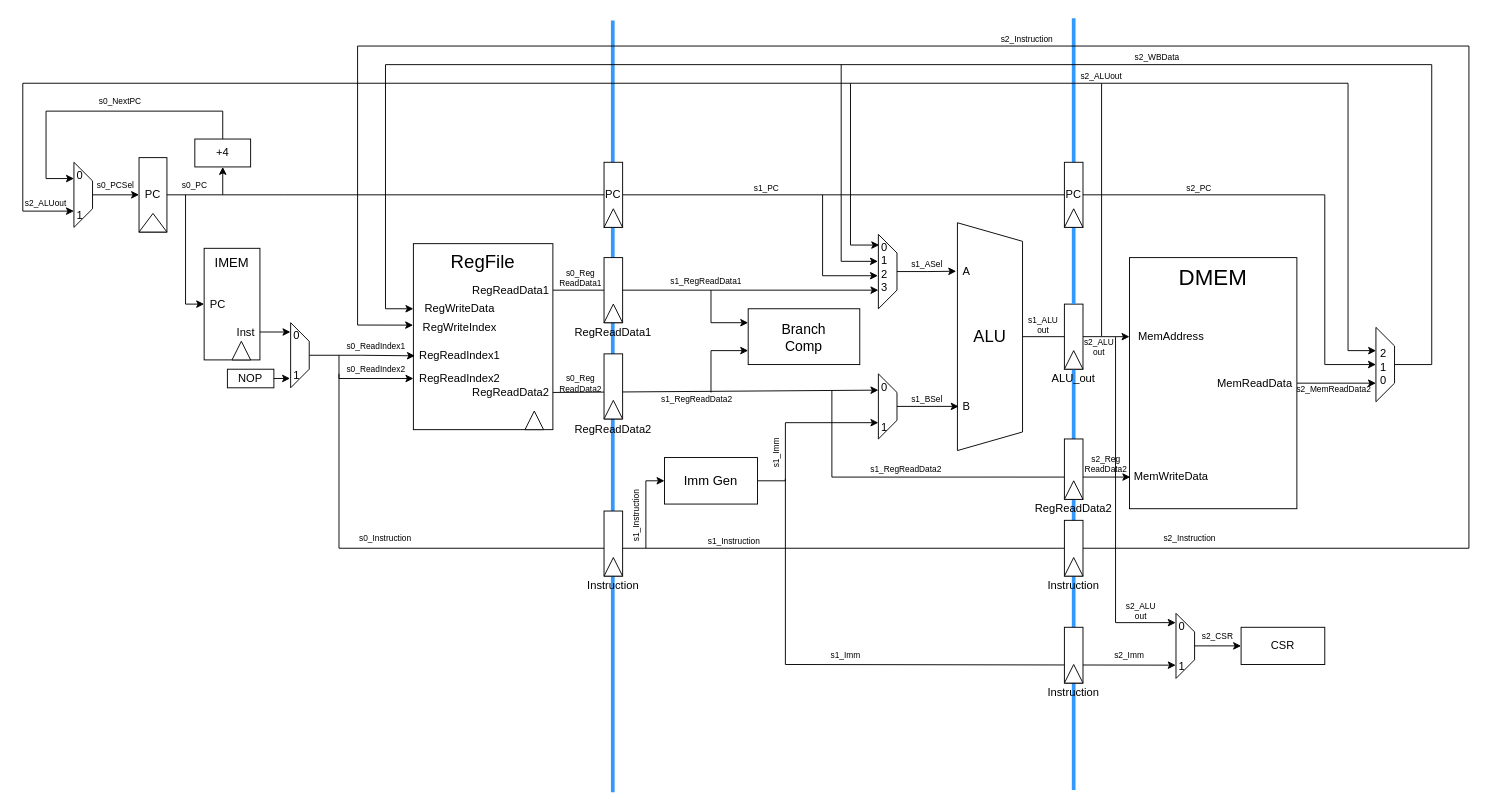
The draw.io diagram pipeline_diagram.drawio in TerryTang0/eecs151-asic-project-sp26, before the edit. Source tidied: cells renumbered, new cells numbered last; positions are measured from the earlier drawing's top-left corner, leaving out a move shared by most shapes. Both pictures are drawn from the tidied source at 93%, with x=0, y=0 at pixel (18, 18).
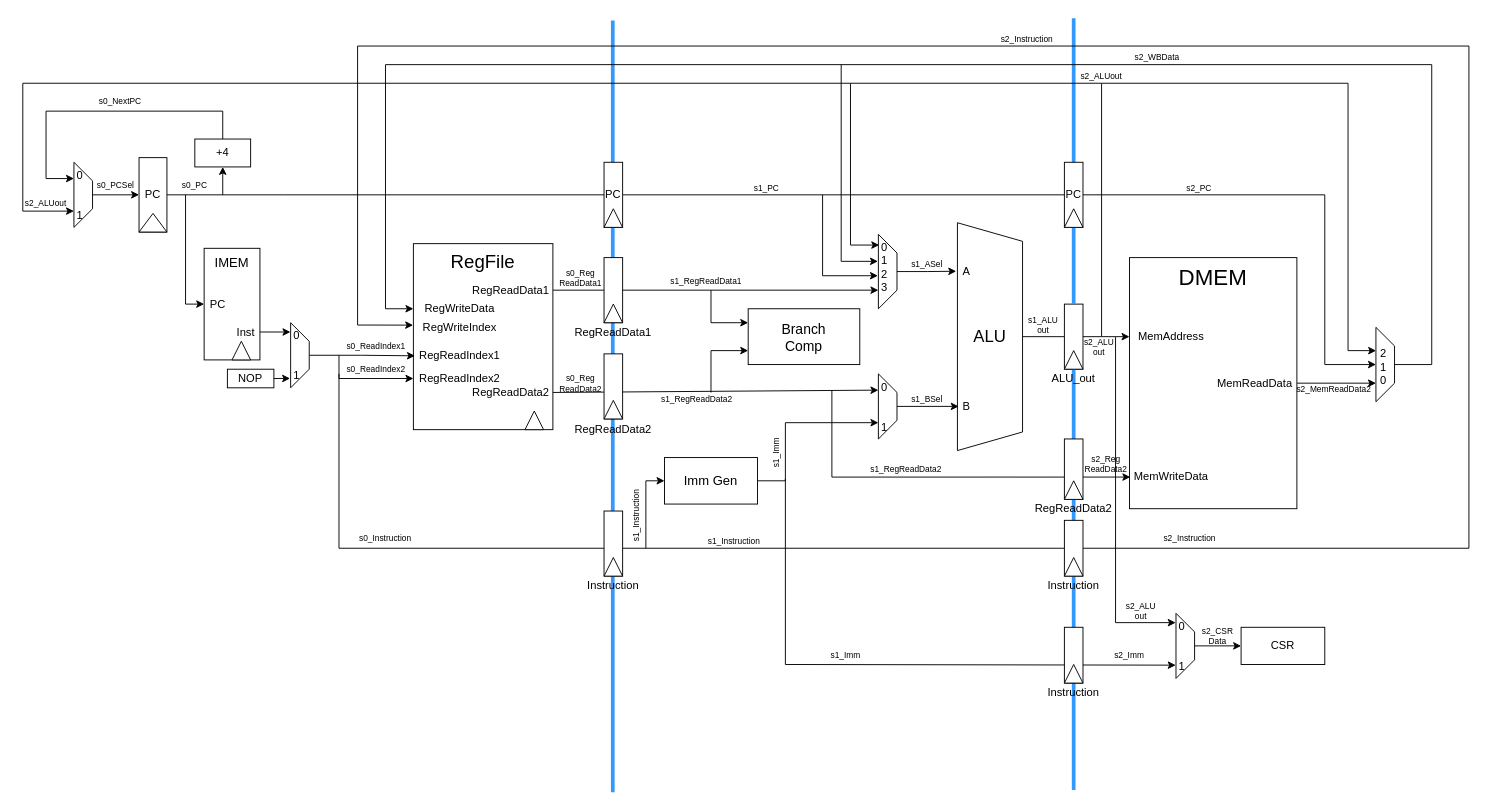
The same page after the edit.

Commit message:
Changed a CSR input name

Change to the diagram source:
```diff
@@
-    <mxCell id="126" value="s2_CSR" style="text;html=1;whiteSpace=wrap;strokeColor=none;fillColor=none;align=center;verticalAlign=middle;rounded=0;fontSize=9;rotation=0;" parent="1" vertex="1">
+    <mxCell id="126" value="s2_CSR&lt;div&gt;Data&lt;/div&gt;" style="text;html=1;whiteSpace=wrap;strokeColor=none;fillColor=none;align=center;verticalAlign=middle;rounded=0;fontSize=9;rotation=0;" parent="1" vertex="1">
       <mxGeometry x="1260" y="655" width="60" height="20" as="geometry" />
     </mxCell>
```
